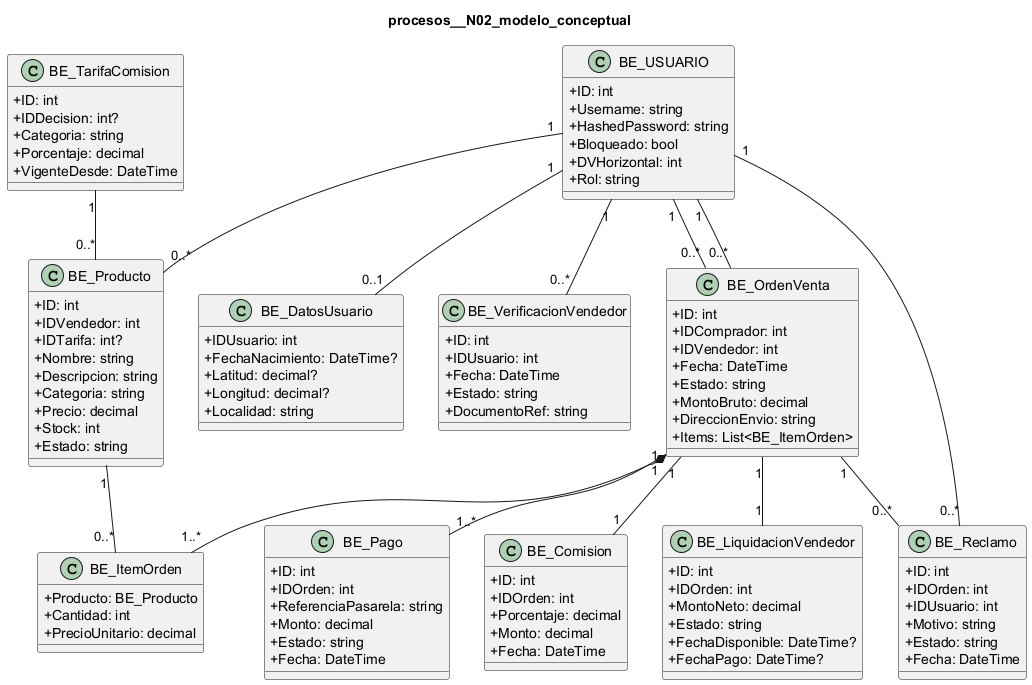
This is docs/diagramas/uml_png/procesos__N02_modelo_conceptual.png from L-Muniz/uai-diploma_2026, a PlantUML export, as it was before one commit.
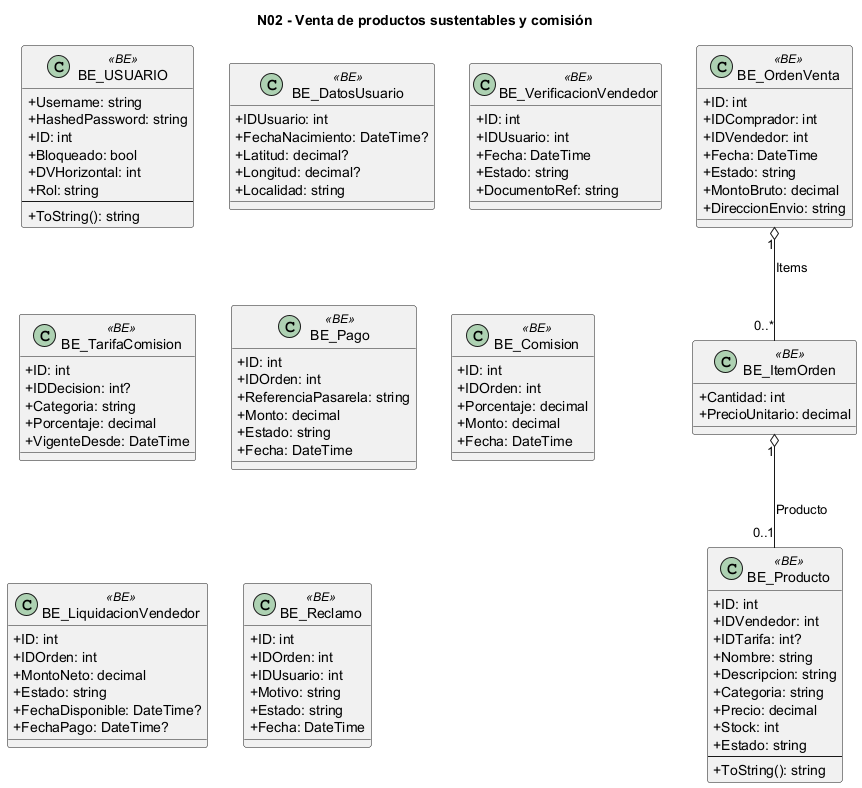
After the change.

The edit, as a diff of the source:
```diff
@@ -1,29 +1,31 @@
 @startuml
 skinparam classAttributeIconSize 0
-title procesos__N02_modelo_conceptual
-class "BE_USUARIO" as USUARIO {
-  +ID: int
+title N02 - Venta de productos sustentables y comisión
+class "BE_USUARIO" as BE_USUARIO <<BE>> {
   +Username: string
   +HashedPassword: string
+  +ID: int
   +Bloqueado: bool
   +DVHorizontal: int
   +Rol: string
+  --
+  +ToString(): string
 }
-class "BE_DatosUsuario" as DATOS_USUARIO {
+class "BE_DatosUsuario" as BE_DatosUsuario <<BE>> {
   +IDUsuario: int
   +FechaNacimiento: DateTime?
   +Latitud: decimal?
   +Longitud: decimal?
   +Localidad: string
 }
-class "BE_VerificacionVendedor" as VERIFICACION {
+class "BE_VerificacionVendedor" as BE_VerificacionVendedor <<BE>> {
   +ID: int
   +IDUsuario: int
   +Fecha: DateTime
   +Estado: string
   +DocumentoRef: string
 }
-class "BE_Producto" as PRODUCTO {
+class "BE_Producto" as BE_Producto <<BE>> {
   +ID: int
   +IDVendedor: int
   +IDTarifa: int?
@@ -33,15 +35,17 @@
   +Precio: decimal
   +Stock: int
   +Estado: string
+  --
+  +ToString(): string
 }
-class "BE_TarifaComision" as TARIFA {
+class "BE_TarifaComision" as BE_TarifaComision <<BE>> {
   +ID: int
   +IDDecision: int?
   +Categoria: string
   +Porcentaje: decimal
   +VigenteDesde: DateTime
 }
-class "BE_OrdenVenta" as ORDEN {
+class "BE_OrdenVenta" as BE_OrdenVenta <<BE>> {
   +ID: int
   +IDComprador: int
   +IDVendedor: int
@@ -49,14 +53,12 @@
   +Estado: string
   +MontoBruto: decimal
   +DireccionEnvio: string
-  +Items: List<BE_ItemOrden>
 }
-class "BE_ItemOrden" as ITEM {
-  +Producto: BE_Producto
+class "BE_ItemOrden" as BE_ItemOrden <<BE>> {
   +Cantidad: int
   +PrecioUnitario: decimal
 }
-class "BE_Pago" as PAGO {
+class "BE_Pago" as BE_Pago <<BE>> {
   +ID: int
   +IDOrden: int
   +ReferenciaPasarela: string
@@ -64,14 +66,14 @@
   +Estado: string
   +Fecha: DateTime
 }
-class "BE_Comision" as COMISION {
+class "BE_Comision" as BE_Comision <<BE>> {
   +ID: int
   +IDOrden: int
   +Porcentaje: decimal
   +Monto: decimal
   +Fecha: DateTime
 }
-class "BE_LiquidacionVendedor" as LIQUIDACION {
+class "BE_LiquidacionVendedor" as BE_LiquidacionVendedor <<BE>> {
   +ID: int
   +IDOrden: int
   +MontoNeto: decimal
@@ -79,7 +81,7 @@
   +FechaDisponible: DateTime?
   +FechaPago: DateTime?
 }
-class "BE_Reclamo" as RECLAMO {
+class "BE_Reclamo" as BE_Reclamo <<BE>> {
   +ID: int
   +IDOrden: int
   +IDUsuario: int
@@ -87,17 +89,6 @@
   +Estado: string
   +Fecha: DateTime
 }
-USUARIO "1" -- "0..*" VERIFICACION
-USUARIO "1" -- "0..*" PRODUCTO
-USUARIO "1" -- "0..*" ORDEN
-USUARIO "1" -- "0..*" ORDEN
-ORDEN "1" *-- "1..*" ITEM
-PRODUCTO "1" -- "0..*" ITEM
-ORDEN "1" -- "1..*" PAGO
-ORDEN "1" -- "1" COMISION
-ORDEN "1" -- "1" LIQUIDACION
-ORDEN "1" -- "0..*" RECLAMO
-USUARIO "1" -- "0..*" RECLAMO
-TARIFA "1" -- "0..*" PRODUCTO
-USUARIO "1" -- "0..1" DATOS_USUARIO
+BE_OrdenVenta "1" o-- "0..*" BE_ItemOrden : Items
+BE_ItemOrden "1" o-- "0..1" BE_Producto : Producto
 @enduml
```
